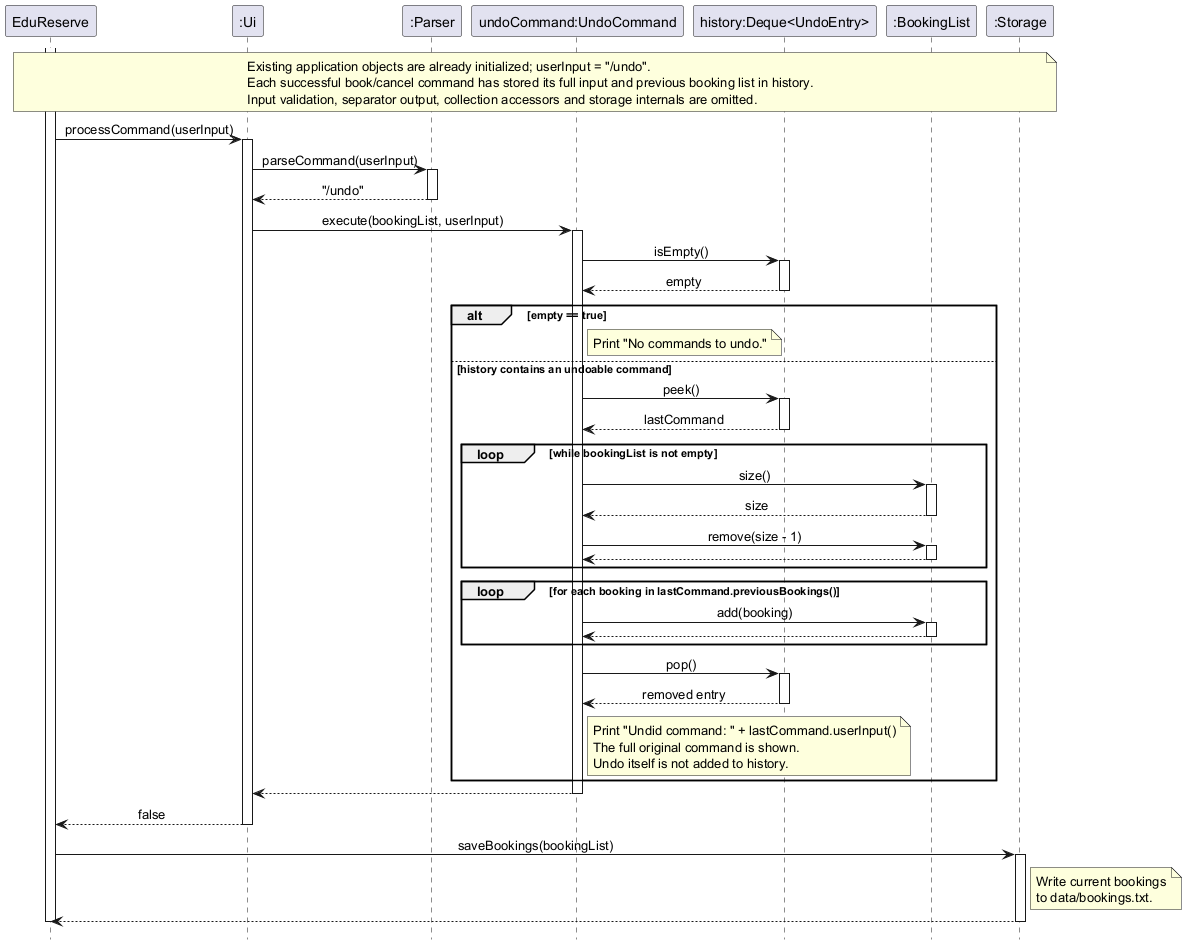
Above: docs/UMLDiagrams/UndoCommandSequenceDiagram.png in AY2627S1-CS2113-W14-2/tp (PlantUML), before the change.
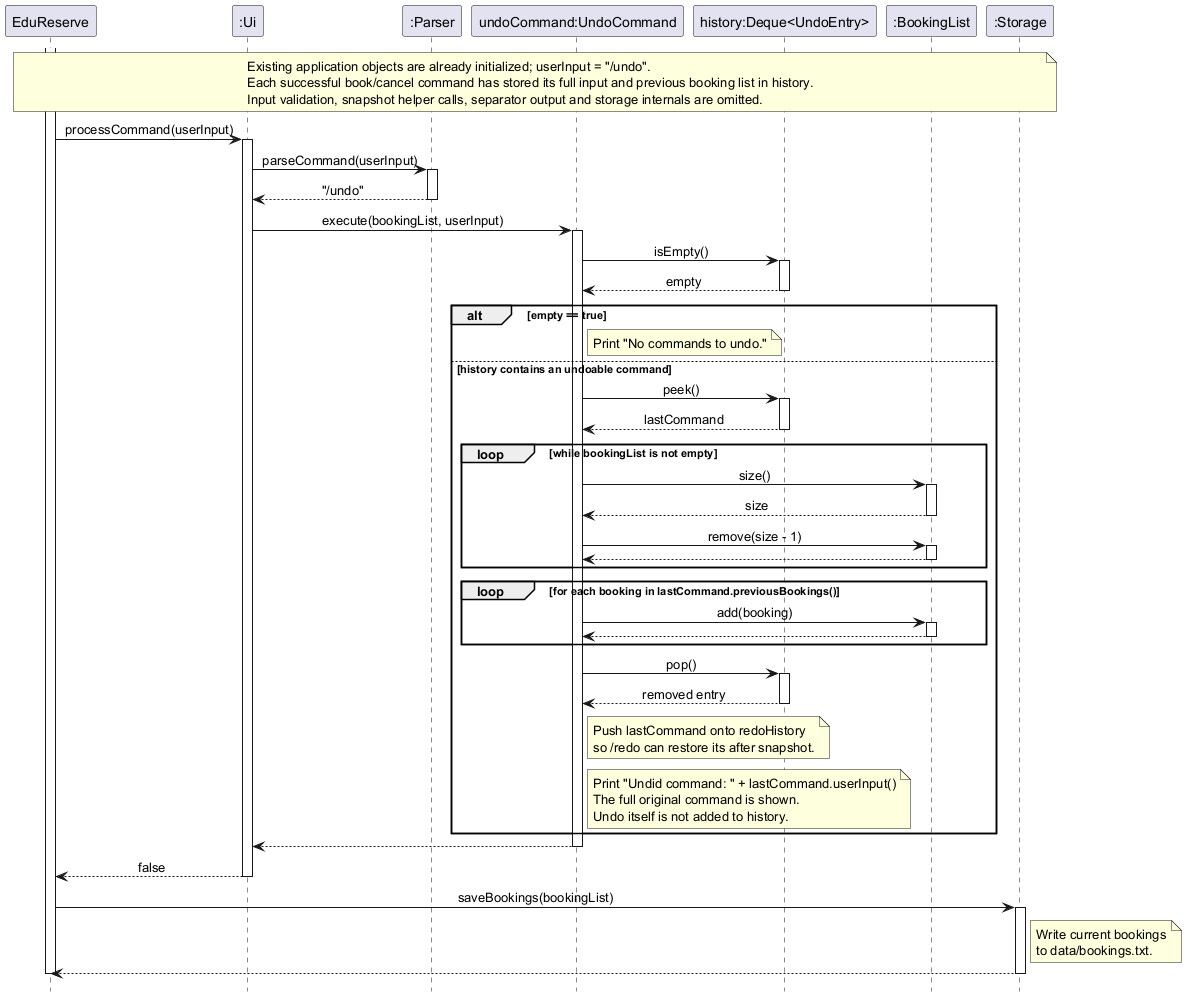
After the change.

Change to the diagram source:
```diff
@@ -13,7 +13,7 @@
 note over App, Storage
     Existing application objects are already initialized; userInput = "/undo".
     Each successful book/cancel command has stored its full input and previous booking list in history.
-    Input validation, separator output, collection accessors and storage internals are omitted.
+    Input validation, snapshot helper calls, separator output and storage internals are omitted.
 end note
 
 activate App
@@ -62,6 +62,8 @@
     History --> Undo: removed entry
     deactivate History
 
+    note right of Undo: Push lastCommand onto redoHistory\nso /redo can restore its after snapshot.
+
     note right of Undo
         Print "Undid command: " + lastCommand.userInput()
         The full original command is shown.
```
